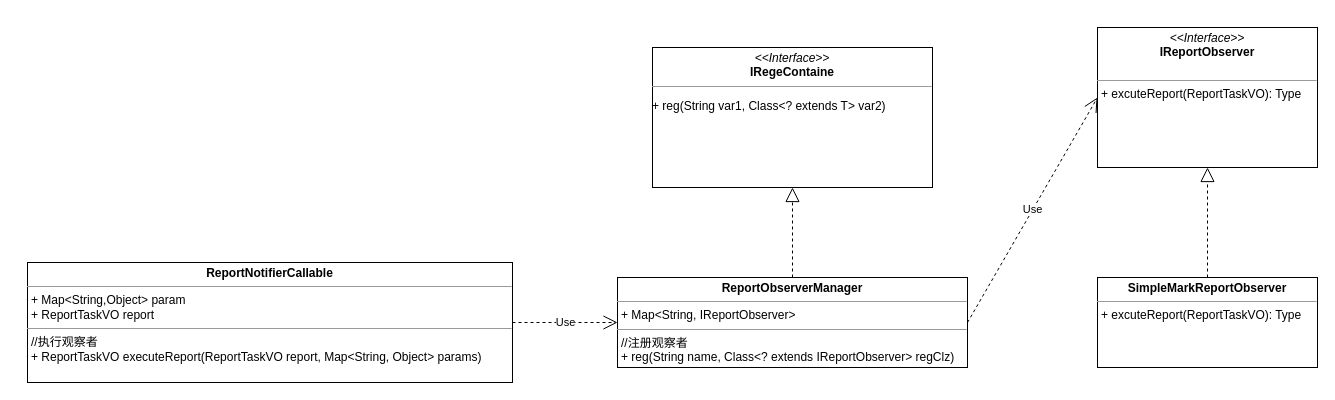
Above: 报表导出观察者模式.drawio in LeiYingBin/draw.io (draw.io), before the change. Source tidied: cells renumbered, new cells numbered last; positions are measured from the earlier drawing's top-left corner, leaving out a move shared by most shapes. Both pictures are drawn from the tidied source at 100%, with x=0, y=0 at pixel (27, 27).
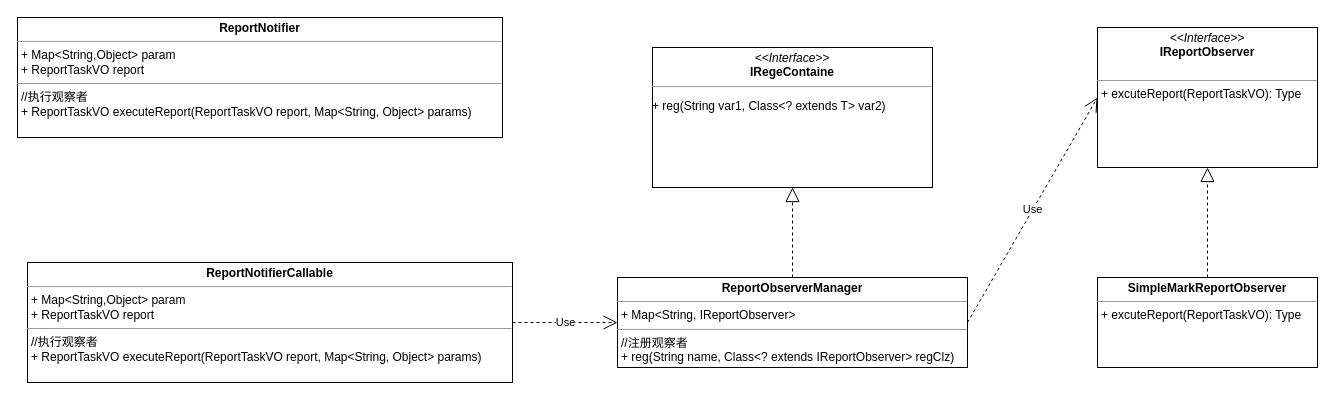
Above is the later version.

Commit message:
Update 报表导出观察者模式.drawio

Diff of the diagram source:
```diff
@@
 <mxGraphModel>
   <root>
     <mxCell id="0" />
     <mxCell id="1" parent="0" />
     <mxCell id="2" value="&lt;p style=&quot;margin: 0px ; margin-top: 4px ; text-align: center&quot;&gt;&lt;i&gt;&amp;lt;&amp;lt;Interface&amp;gt;&amp;gt;&lt;/i&gt;&lt;br&gt;&lt;b&gt;IReportObserver&lt;/b&gt;&lt;/p&gt;&lt;p style=&quot;margin: 0px ; margin-left: 4px&quot;&gt;&lt;br&gt;&lt;/p&gt;&lt;hr size=&quot;1&quot;&gt;&lt;p style=&quot;margin: 0px ; margin-left: 4px&quot;&gt;+ excuteReport(ReportTaskVO): Type&lt;br&gt;&lt;/p&gt;" style="verticalAlign=top;align=left;overflow=fill;fontSize=12;fontFamily=Helvetica;html=1;" parent="1" vertex="1">
       <mxGeometry x="1070" width="220" height="140" as="geometry" />
     </mxCell>
     <mxCell id="3" value="&lt;p style=&quot;margin: 0px ; margin-top: 4px ; text-align: center&quot;&gt;&lt;b&gt;SimpleMarkReportObserver&lt;/b&gt;&lt;/p&gt;&lt;hr size=&quot;1&quot;&gt;&lt;p style=&quot;margin: 0px ; margin-left: 4px&quot;&gt;&lt;/p&gt;&lt;p style=&quot;margin: 0px ; margin-left: 4px&quot;&gt;+ excuteReport(ReportTaskVO): Type&lt;/p&gt;" style="verticalAlign=top;align=left;overflow=fill;fontSize=12;fontFamily=Helvetica;html=1;" parent="1" vertex="1">
       <mxGeometry x="1070" y="250" width="220" height="90" as="geometry" />
     </mxCell>
     <mxCell id="4" style="endArrow=block;dashed=1;endFill=0;endSize=12;html=1;entryX=0.5;entryY=1;entryDx=0;entryDy=0;exitX=0.5;exitY=0;exitDx=0;exitDy=0;" parent="1" edge="1" source="3" target="2">
       <mxGeometry relative="1" as="geometry" />
     </mxCell>
     <mxCell id="5" value="&lt;p style=&quot;margin: 0px ; margin-top: 4px ; text-align: center&quot;&gt;&lt;b&gt;ReportObserverManager&lt;/b&gt;&lt;br&gt;&lt;/p&gt;&lt;hr size=&quot;1&quot;&gt;&lt;p style=&quot;margin: 0px ; margin-left: 4px&quot;&gt;+&amp;nbsp;&lt;span&gt;Map&amp;lt;String, IReportObserver&amp;gt;&lt;/span&gt;&lt;/p&gt;&lt;hr size=&quot;1&quot;&gt;&lt;p style=&quot;margin: 0px ; margin-left: 4px&quot;&gt;//注册观察者&lt;/p&gt;&lt;p style=&quot;margin: 0px ; margin-left: 4px&quot;&gt;+&amp;nbsp;&lt;span&gt;reg(String name, Class&amp;lt;? &lt;/span&gt;&lt;span&gt;extends &lt;/span&gt;&lt;span&gt;IReportObserver&amp;gt; regClz)&lt;/span&gt;&lt;/p&gt;" style="verticalAlign=top;align=left;overflow=fill;fontSize=12;fontFamily=Helvetica;html=1;" parent="1" vertex="1">
       <mxGeometry x="590" y="250" width="350" height="90" as="geometry" />
     </mxCell>
     <mxCell id="6" value="&lt;p style=&quot;margin: 0px ; margin-top: 4px ; text-align: center&quot;&gt;&lt;i&gt;&amp;lt;&amp;lt;Interface&amp;gt;&amp;gt;&lt;/i&gt;&lt;br&gt;&lt;b&gt;IRegeContaine&lt;/b&gt;&lt;/p&gt;&lt;hr size=&quot;1&quot;&gt;&lt;p&gt;+&amp;nbsp;&lt;span&gt;reg(String var1, Class&amp;lt;? &lt;/span&gt;&lt;span&gt;extends &lt;/span&gt;&lt;span&gt;T&amp;gt; var2)&lt;/span&gt;&lt;/p&gt;" style="verticalAlign=top;align=left;overflow=fill;fontSize=12;fontFamily=Helvetica;html=1;" parent="1" vertex="1">
       <mxGeometry x="625" y="20" width="280" height="140" as="geometry" />
     </mxCell>
     <mxCell id="7" style="endArrow=block;dashed=1;endFill=0;endSize=12;html=1;exitX=0.5;exitY=0;exitDx=0;exitDy=0;entryX=0.5;entryY=1;entryDx=0;entryDy=0;" parent="1" edge="1" source="5" target="6">
       <mxGeometry relative="1" as="geometry" />
     </mxCell>
     <mxCell id="8" value="&lt;p style=&quot;margin: 0px ; margin-top: 4px ; text-align: center&quot;&gt;&lt;b&gt;ReportNotifierCallable&lt;/b&gt;&lt;/p&gt;&lt;hr size=&quot;1&quot;&gt;&lt;p style=&quot;margin: 0px ; margin-left: 4px&quot;&gt;+ Map&amp;lt;String,Object&amp;gt; param&lt;/p&gt;&lt;p style=&quot;margin: 0px ; margin-left: 4px&quot;&gt;+&amp;nbsp;&lt;span&gt;ReportTaskVO&amp;nbsp;&lt;/span&gt;&lt;span&gt;report&lt;/span&gt;&lt;/p&gt;&lt;hr size=&quot;1&quot;&gt;&lt;p style=&quot;margin: 0px ; margin-left: 4px&quot;&gt;//执行观察者&lt;/p&gt;&lt;p style=&quot;margin: 0px ; margin-left: 4px&quot;&gt;+&amp;nbsp;&lt;span&gt;ReportTaskVO executeReport(ReportTaskVO report, Map&amp;lt;String, Object&amp;gt; params)&lt;/span&gt;&lt;/p&gt;" style="verticalAlign=top;align=left;overflow=fill;fontSize=12;fontFamily=Helvetica;html=1;" parent="1" vertex="1">
       <mxGeometry y="235" width="485" height="120" as="geometry" />
     </mxCell>
     <mxCell id="9" value="Use" style="endArrow=open;endSize=12;dashed=1;html=1;entryX=0;entryY=0.5;entryDx=0;entryDy=0;exitX=1;exitY=0.5;exitDx=0;exitDy=0;" parent="1" edge="1" source="8" target="5">
       <mxGeometry relative="1" as="geometry" />
     </mxCell>
     <mxCell id="10" value="Use" style="endArrow=open;endSize=12;dashed=1;html=1;exitX=1;exitY=0.5;exitDx=0;exitDy=0;entryX=0;entryY=0.5;entryDx=0;entryDy=0;" parent="1" edge="1" source="5" target="2">
       <mxGeometry relative="1" as="geometry" />
     </mxCell>
+    <mxCell id="11" value="&lt;p style=&quot;margin: 0px ; margin-top: 4px ; text-align: center&quot;&gt;&lt;b&gt;ReportNotifier&lt;/b&gt;&lt;/p&gt;&lt;hr size=&quot;1&quot;&gt;&lt;p style=&quot;margin: 0px ; margin-left: 4px&quot;&gt;+ Map&amp;lt;String,Object&amp;gt; param&lt;/p&gt;&lt;p style=&quot;margin: 0px ; margin-left: 4px&quot;&gt;+&amp;nbsp;&lt;span&gt;ReportTaskVO&amp;nbsp;&lt;/span&gt;&lt;span&gt;report&lt;/span&gt;&lt;/p&gt;&lt;hr size=&quot;1&quot;&gt;&lt;p style=&quot;margin: 0px ; margin-left: 4px&quot;&gt;//执行观察者&lt;/p&gt;&lt;p style=&quot;margin: 0px ; margin-left: 4px&quot;&gt;+&amp;nbsp;&lt;span&gt;ReportTaskVO executeReport(ReportTaskVO report, Map&amp;lt;String, Object&amp;gt; params)&lt;/span&gt;&lt;/p&gt;" style="verticalAlign=top;align=left;overflow=fill;fontSize=12;fontFamily=Helvetica;html=1;" parent="1" vertex="1">
+      <mxGeometry x="-10" y="-10" width="485" height="120" as="geometry" />
+    </mxCell>
   </root>
 </mxGraphModel>
```
